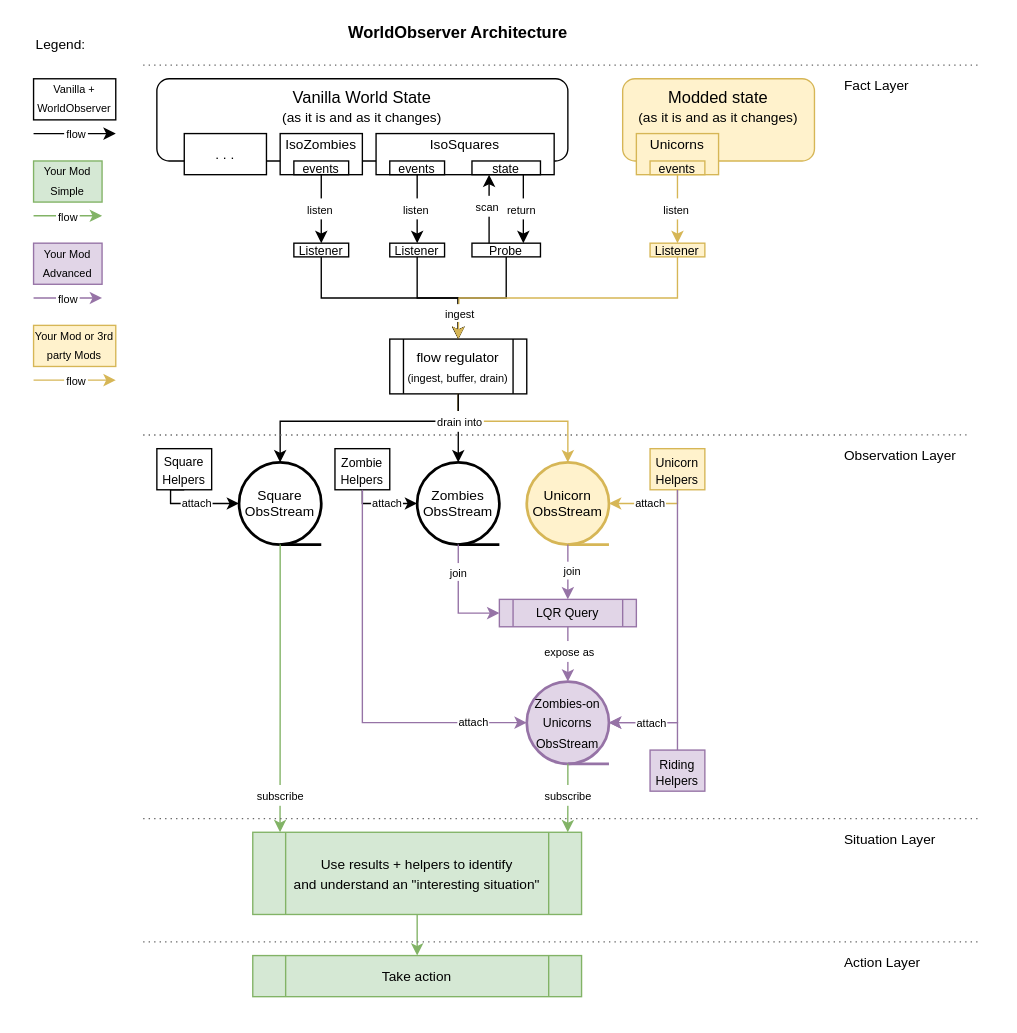
Earlier version of the draw.io diagram docs/diagrams/architecture.drawio (christophstrasen/WorldObserver). Source tidied: cells renumbered, new cells numbered last; positions are measured from the earlier drawing's top-left corner, leaving out a move shared by most shapes. Both pictures are drawn from the tidied source at 137%, with x=0, y=0 at pixel (33, 23).
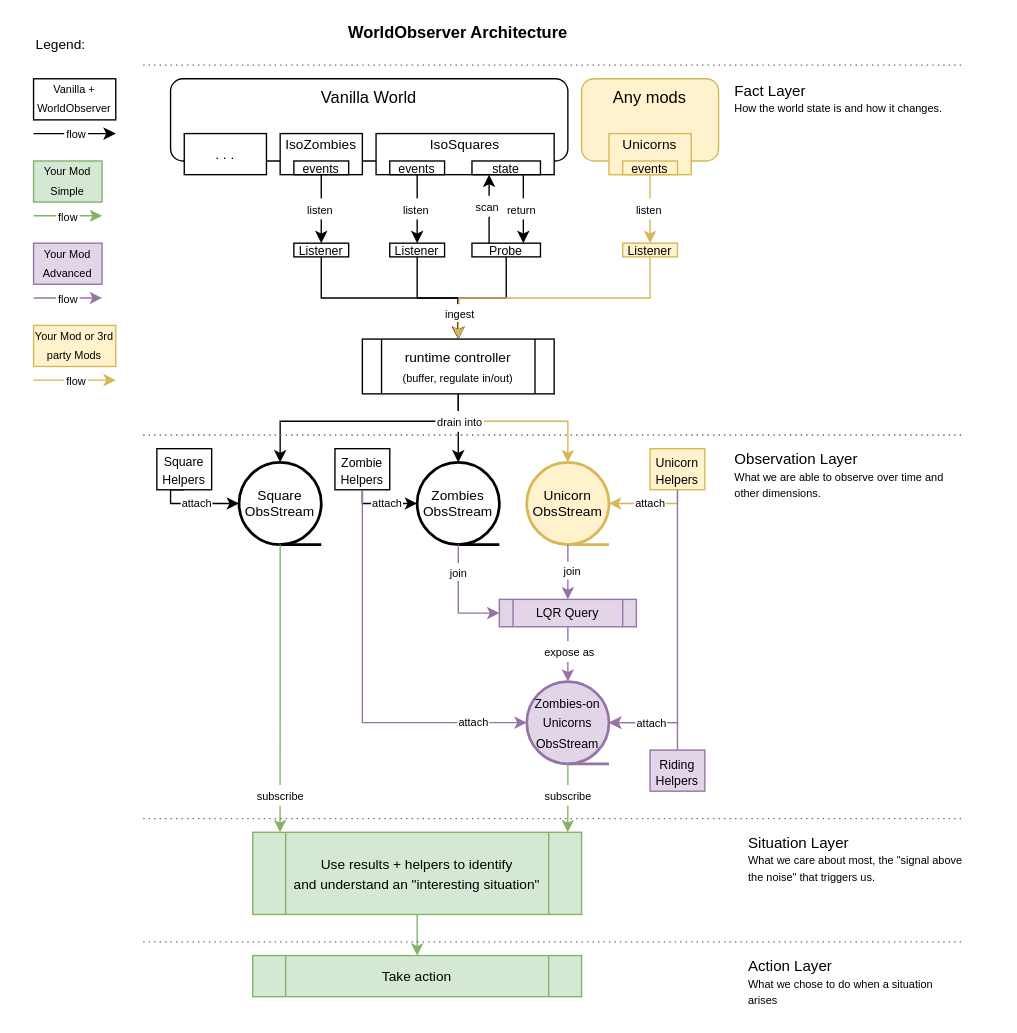
Above is the later version.

The change refers to these unchanged cells:
```xml
<mxCell id="40" style="edgeStyle=orthogonalEdgeStyle;rounded=0;jettySize=auto;html=1;exitX=0.5;exitY=1;exitDx=0;exitDy=0;strokeColor=#d6b656;fillColor=#fff2cc;" parent="1" edge="1" source="37">
  <mxGeometry relative="1" as="geometry">
    <mxPoint x="310" y="230" as="targetPoint" />
  </mxGeometry>
</mxCell>
```

Diff of the diagram source:
```diff
@@
-    <mxCell id="3" value="Vanilla World State&lt;div&gt;&lt;div&gt;&lt;font style=&quot;font-size: 10px;&quot;&gt;(as it is and as it changes)&lt;/font&gt;&lt;/div&gt;&lt;/div&gt;" style="rounded=1;whiteSpace=wrap;html=1;verticalAlign=top;" parent="1" vertex="1">
-      <mxGeometry x="90" y="40" width="300" height="60" as="geometry" />
+    <mxCell id="3" value="Vanilla World&lt;div&gt;&lt;br&gt;&lt;/div&gt;" style="rounded=1;whiteSpace=wrap;html=1;verticalAlign=top;" parent="1" vertex="1">
+      <mxGeometry x="100" y="40" width="290" height="60" as="geometry" />
     </mxCell>
-    <mxCell id="4" value="Fact Layer" style="text;html=1;align=left;verticalAlign=middle;whiteSpace=wrap;rounded=0;fontSize=10;" parent="1" vertex="1">
-      <mxGeometry x="590" y="30" width="100" height="30" as="geometry" />
+    <mxCell id="4" value="&lt;font style=&quot;font-size: 11px;&quot;&gt;Fact Layer&lt;/font&gt;&lt;div&gt;&lt;font style=&quot;font-size: 8px;&quot;&gt;How the world state is and how it changes.&lt;/font&gt;&lt;/div&gt;" style="text;html=1;align=left;verticalAlign=middle;whiteSpace=wrap;rounded=0;fontSize=10;" parent="1" vertex="1">
+      <mxGeometry x="510" y="40" width="170" height="30" as="geometry" />
     </mxCell>
-    <mxCell id="5" value="Observation Layer" style="text;html=1;align=left;verticalAlign=middle;whiteSpace=wrap;rounded=0;fontSize=10;" parent="1" vertex="1">
-      <mxGeometry x="590" y="300" width="110" height="30" as="geometry" />
+    <mxCell id="5" value="&lt;font style=&quot;font-size: 11px;&quot;&gt;Observation Layer&lt;/font&gt;&lt;div&gt;&lt;font style=&quot;font-size: 8px;&quot;&gt;What we are able to observe&amp;nbsp;&lt;/font&gt;&lt;span style=&quot;font-size: 8px; background-color: transparent; color: light-dark(rgb(0, 0, 0), rgb(255, 255, 255));&quot;&gt;over time and other dimensions.&lt;/span&gt;&lt;/div&gt;" style="text;html=1;align=left;verticalAlign=middle;whiteSpace=wrap;rounded=0;fontSize=10;" parent="1" vertex="1">
+      <mxGeometry x="510" y="310" width="170" height="40" as="geometry" />
     </mxCell>
-    <mxCell id="6" value="Situation Layer" style="text;html=1;align=left;verticalAlign=middle;whiteSpace=wrap;rounded=0;fontSize=10;" parent="1" vertex="1">
-      <mxGeometry x="590" y="580" width="100" height="30" as="geometry" />
+    <mxCell id="6" value="&lt;font style=&quot;font-size: 11px;&quot;&gt;Situation Layer&lt;/font&gt;&lt;div&gt;&lt;span style=&quot;font-size: 8px;&quot;&gt;What we care about most, the &quot;signal above the noise&quot; that triggers us.&lt;/span&gt;&lt;/div&gt;" style="text;html=1;align=left;verticalAlign=middle;whiteSpace=wrap;rounded=0;fontSize=10;" parent="1" vertex="1">
+      <mxGeometry x="520" y="590" width="160" height="40" as="geometry" />
     </mxCell>
-    <mxCell id="7" value="Action Layer" style="text;html=1;align=left;verticalAlign=middle;whiteSpace=wrap;rounded=0;fontSize=10;" parent="1" vertex="1">
-      <mxGeometry x="590" y="670" width="100" height="30" as="geometry" />
+    <mxCell id="7" value="&lt;font style=&quot;font-size: 11px;&quot;&gt;Action Layer&lt;/font&gt;&lt;div&gt;&lt;span style=&quot;font-size: 8px;&quot;&gt;What we chose to do when a situation arises&lt;/span&gt;&lt;/div&gt;" style="text;html=1;align=left;verticalAlign=middle;whiteSpace=wrap;rounded=0;fontSize=10;" parent="1" vertex="1">
+      <mxGeometry x="520" y="680" width="160" height="40" as="geometry" />
     </mxCell>
-    <mxCell id="8" value="Modded state&lt;div&gt;&lt;span style=&quot;font-size: 10px;&quot;&gt;(as it is and as it changes)&lt;/span&gt;&lt;/div&gt;" style="rounded=1;whiteSpace=wrap;html=1;verticalAlign=top;fillColor=#fff2cc;strokeColor=#d6b656;" parent="1" vertex="1">
-      <mxGeometry x="430" y="40" width="140" height="60" as="geometry" />
+    <mxCell id="8" value="Any mods&lt;div&gt;&lt;br&gt;&lt;/div&gt;" style="rounded=1;whiteSpace=wrap;html=1;verticalAlign=top;fillColor=#fff2cc;strokeColor=#d6b656;" parent="1" vertex="1">
+      <mxGeometry x="400" y="40" width="100" height="60" as="geometry" />
     </mxCell>
@@
-    <mxCell id="10" value="&lt;div&gt;&lt;span style=&quot;background-color: transparent; color: light-dark(rgb(0, 0, 0), rgb(255, 255, 255));&quot;&gt;&lt;font style=&quot;font-size: 10px;&quot;&gt;flow regulator&lt;/font&gt;&lt;/span&gt;&lt;/div&gt;&lt;div&gt;&lt;span style=&quot;background-color: transparent; color: light-dark(rgb(0, 0, 0), rgb(255, 255, 255));&quot;&gt;&lt;font style=&quot;font-size: 8px;&quot;&gt;(ingest, buffer, drain)&lt;/font&gt;&lt;/span&gt;&lt;/div&gt;" style="shape=process;whiteSpace=wrap;html=1;backgroundOutline=1;" parent="1" vertex="1">
-      <mxGeometry x="260" y="230" width="100" height="40" as="geometry" />
+    <mxCell id="10" value="&lt;div&gt;&lt;span style=&quot;background-color: transparent; color: light-dark(rgb(0, 0, 0), rgb(255, 255, 255));&quot;&gt;&lt;font style=&quot;font-size: 10px;&quot;&gt;runtime controller&lt;/font&gt;&lt;/span&gt;&lt;/div&gt;&lt;div&gt;&lt;span style=&quot;background-color: transparent; color: light-dark(rgb(0, 0, 0), rgb(255, 255, 255));&quot;&gt;&lt;font style=&quot;font-size: 8px;&quot;&gt;(buffer, regulate in/out)&lt;/font&gt;&lt;/span&gt;&lt;/div&gt;" style="shape=process;whiteSpace=wrap;html=1;backgroundOutline=1;" parent="1" vertex="1">
+      <mxGeometry x="240" y="230" width="140" height="40" as="geometry" />
     </mxCell>
@@
     <mxCell id="28" value="&lt;font style=&quot;font-size: 10px;&quot;&gt;Unicorns&lt;/font&gt;&lt;div&gt;&lt;font style=&quot;font-size: 10px;&quot;&gt;&lt;br&gt;&lt;/font&gt;&lt;/div&gt;" style="rounded=0;whiteSpace=wrap;html=1;fillColor=#fff2cc;strokeColor=#d6b656;" parent="1" vertex="1">
-      <mxGeometry x="440" y="80" width="60" height="30" as="geometry" />
+      <mxGeometry x="420" y="80" width="60" height="30" as="geometry" />
     </mxCell>
@@
     <mxCell id="36" value="&lt;div&gt;&lt;font style=&quot;font-size: 9px;&quot;&gt;events&lt;/font&gt;&lt;/div&gt;" style="rounded=0;whiteSpace=wrap;html=1;fillColor=#fff2cc;strokeColor=#d6b656;" parent="1" vertex="1">
-      <mxGeometry x="450" y="100" width="40" height="10" as="geometry" />
+      <mxGeometry x="430" y="100" width="40" height="10" as="geometry" />
     </mxCell>
     <mxCell id="37" value="&lt;div&gt;&lt;font style=&quot;font-size: 9px;&quot;&gt;Listener&lt;/font&gt;&lt;/div&gt;" style="rounded=0;whiteSpace=wrap;html=1;fillColor=#fff2cc;strokeColor=#d6b656;" parent="1" vertex="1">
-      <mxGeometry x="450" y="160" width="40" height="10" as="geometry" />
+      <mxGeometry x="430" y="160" width="40" height="10" as="geometry" />
     </mxCell>
@@
     <mxCell id="41" value="&lt;span style=&quot;font-size: 8px;&quot;&gt;ingest&lt;/span&gt;" style="edgeLabel;html=1;align=center;verticalAlign=middle;spacingBottom=4;" parent="40" vertex="1">
       <mxGeometry x="-0.17" relative="1" as="geometry">
-        <mxPoint x="-99" y="12" as="offset" />
+        <mxPoint x="-87" y="12" as="offset" />
       </mxGeometry>
     </mxCell>
@@
-    <mxCell id="87" style="endArrow=none;dashed=1;html=1;dashPattern=1 3;strokeWidth=1;rounded=0;fillColor=#f5f5f5;strokeColor=#666666;entryX=0.846;entryY=-0.001;entryDx=0;entryDy=0;entryPerimeter=0;" parent="1" edge="1" target="5">
+    <mxCell id="87" style="endArrow=none;dashed=1;html=1;dashPattern=1 3;strokeWidth=1;rounded=0;fillColor=#f5f5f5;strokeColor=#666666;" parent="1" edge="1">
       <mxGeometry relative="1" as="geometry">
         <mxPoint x="80" y="300" as="sourcePoint" />
+        <mxPoint x="680" y="300" as="targetPoint" />
       </mxGeometry>
     </mxCell>
-    <mxCell id="88" style="endArrow=none;dashed=1;html=1;dashPattern=1 3;strokeWidth=1;rounded=0;fillColor=#f5f5f5;strokeColor=#666666;entryX=1;entryY=0;entryDx=0;entryDy=0;" parent="1" edge="1" target="6">
+    <mxCell id="88" style="endArrow=none;dashed=1;html=1;dashPattern=1 3;strokeWidth=1;rounded=0;fillColor=#f5f5f5;strokeColor=#666666;" parent="1" edge="1">
       <mxGeometry relative="1" as="geometry">
         <mxPoint x="80" y="580" as="sourcePoint" />
+        <mxPoint x="680" y="580" as="targetPoint" />
       </mxGeometry>
     </mxCell>
-    <mxCell id="89" style="endArrow=none;dashed=1;html=1;dashPattern=1 3;strokeWidth=1;rounded=0;fillColor=#f5f5f5;strokeColor=#666666;entryX=1;entryY=0;entryDx=0;entryDy=0;" parent="1" edge="1" target="7">
+    <mxCell id="89" style="endArrow=none;dashed=1;html=1;dashPattern=1 3;strokeWidth=1;rounded=0;fillColor=#f5f5f5;strokeColor=#666666;" parent="1" edge="1">
       <mxGeometry relative="1" as="geometry">
         <mxPoint x="80" y="670" as="sourcePoint" />
+        <mxPoint x="680" y="670" as="targetPoint" />
       </mxGeometry>
     </mxCell>
-    <mxCell id="90" style="endArrow=none;dashed=1;html=1;dashPattern=1 3;strokeWidth=1;rounded=0;fillColor=#f5f5f5;strokeColor=#666666;entryX=0.846;entryY=-0.001;entryDx=0;entryDy=0;entryPerimeter=0;" parent="1" edge="1">
+    <mxCell id="90" style="endArrow=none;dashed=1;html=1;dashPattern=1 3;strokeWidth=1;rounded=0;fillColor=#f5f5f5;strokeColor=#666666;" parent="1" edge="1">
       <mxGeometry relative="1" as="geometry">
         <mxPoint x="80" y="30" as="sourcePoint" />
-        <mxPoint x="692" y="30" as="targetPoint" />
+        <mxPoint x="680" y="30" as="targetPoint" />
       </mxGeometry>
     </mxCell>
```
